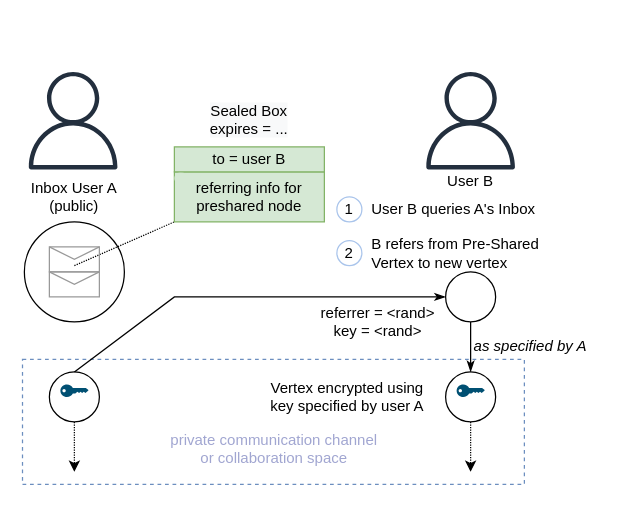
The draw.io diagram docs/Inbox.drawio in fsteff/certacrypt, before the edit. Source tidied: cells renumbered, new cells numbered last; positions are measured from the earlier drawing's top-left corner, leaving out a move shared by most shapes. Both pictures are drawn from the tidied source at 125%, with x=0, y=0 at pixel (21, 71).
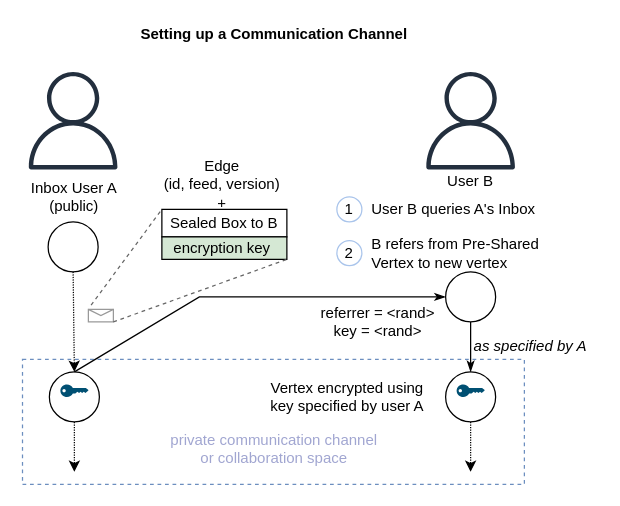
The same page after the edit.

Unchanged cells that the change refers to:
```xml
<mxCell id="8" style="ellipse;whiteSpace=wrap;html=1;" parent="1" vertex="1">
  <mxGeometry x="22" y="240" width="40" height="40" as="geometry" />
</mxCell>
<mxCell id="23" style="ellipse;whiteSpace=wrap;html=1;align=left;" parent="1" vertex="1">
  <mxGeometry x="339" y="160" width="40" height="40" as="geometry" />
</mxCell>
```

Change to the diagram source:
```diff
@@
+    <mxCell id="31" value="Sealed Box to B" style="rounded=0;whiteSpace=wrap;html=1;" parent="1" vertex="1">
+      <mxGeometry x="112" y="110" width="100" height="22" as="geometry" />
+    </mxCell>
@@
     <mxCell id="4" style="ellipse;whiteSpace=wrap;html=1;" parent="1" vertex="1">
-      <mxGeometry x="2" y="120" width="80" height="80" as="geometry" />
+      <mxGeometry x="21" y="120" width="40" height="40" as="geometry" />
     </mxCell>
@@
-    <mxCell id="6" style="endArrow=none;html=1;exitX=0.5;exitY=0.5;exitDx=0;exitDy=0;exitPerimeter=0;dashed=1;dashPattern=1 1;" parent="1" edge="1">
-      <mxGeometry relative="1" as="geometry">
-        <mxPoint x="42" y="155" as="sourcePoint" />
-        <mxPoint x="122" y="120" as="targetPoint" />
-      </mxGeometry>
-    </mxCell>
@@
-    <mxCell id="13" style="verticalLabelPosition=bottom;shadow=0;dashed=0;align=center;html=1;verticalAlign=top;strokeWidth=1;shape=mxgraph.mockup.misc.mail2;strokeColor=#999999;fillColor=none;" parent="1" vertex="1">
-      <mxGeometry x="22" y="140" width="40" height="20" as="geometry" />
-    </mxCell>
-    <mxCell id="14" style="verticalLabelPosition=bottom;shadow=0;dashed=0;align=center;html=1;verticalAlign=top;strokeWidth=1;shape=mxgraph.mockup.misc.mail2;strokeColor=#999999;fillColor=none;" parent="1" vertex="1">
-      <mxGeometry x="22" y="160" width="40" height="20" as="geometry" />
-    </mxCell>
-    <mxCell id="15" value="referring info for&lt;br&gt;preshared node" style="rounded=0;whiteSpace=wrap;html=1;fillColor=#d5e8d4;strokeColor=#82b366;" parent="1" vertex="1">
-      <mxGeometry x="122" y="80" width="120" height="40" as="geometry" />
-    </mxCell>
-    <mxCell id="16" style="verticalLabelPosition=bottom;html=1;verticalAlign=top;align=center;shape=mxgraph.cisco19.key;fillColor=#d5e8d4;strokeColor=#82b366;" parent="1" vertex="1">
-      <mxGeometry x="122" y="80" width="22.5" height="10.1" as="geometry" />
-    </mxCell>
     <mxCell id="17" style="rounded=0;jettySize=auto;html=1;entryX=0;entryY=0.5;entryDx=0;entryDy=0;startArrow=none;startFill=0;endArrow=classicThin;endFill=1;strokeColor=#000000;exitX=0.5;exitY=0;exitDx=0;exitDy=0;" parent="1" edge="1" source="8" target="23">
       <mxGeometry relative="1" as="geometry">
         <Array as="points">
-          <mxPoint x="122" y="180" />
+          <mxPoint x="142" y="180" />
         </Array>
       </mxGeometry>
     </mxCell>
@@
-    <mxCell id="20" value="to = user B" style="rounded=0;whiteSpace=wrap;html=1;fillColor=#d5e8d4;strokeColor=#82b366;" parent="1" vertex="1">
-      <mxGeometry x="122" y="60" width="120" height="20" as="geometry" />
-    </mxCell>
-    <mxCell id="21" value="&lt;span style=&quot;color: rgb(0, 0, 0); font-family: helvetica; font-size: 12px; font-style: normal; font-weight: 400; letter-spacing: normal; text-indent: 0px; text-transform: none; word-spacing: 0px; background-color: rgb(248, 249, 250);&quot;&gt;Sealed Box&lt;/span&gt;&lt;span style=&quot;color: rgb(0, 0, 0); font-family: helvetica; font-size: 12px; font-style: normal; font-weight: 400; letter-spacing: normal; text-indent: 0px; text-transform: none; word-spacing: 0px; background-color: rgb(248, 249, 250);&quot;&gt;&lt;br&gt;expires = ...&lt;/span&gt;" style="text;whiteSpace=wrap;html=1;align=center;" parent="1" vertex="1">
-      <mxGeometry x="137" y="18" width="90" height="40" as="geometry" />
-    </mxCell>
@@
+    <mxCell id="32" style="endArrow=classic;html=1;dashed=1;dashPattern=1 1;exitX=0.5;exitY=1;exitDx=0;exitDy=0;" parent="1" edge="1" source="4">
+      <mxGeometry relative="1" as="geometry">
+        <mxPoint x="42" y="240" as="targetPoint" />
+      </mxGeometry>
+    </mxCell>
+    <mxCell id="33" value="encryption key&amp;nbsp;" style="rounded=0;whiteSpace=wrap;html=1;fillColor=#d5e8d4;" parent="1" vertex="1">
+      <mxGeometry x="112" y="132" width="100" height="18" as="geometry" />
+    </mxCell>
+    <mxCell id="34" value="&lt;div style=&quot;text-align: center&quot;&gt;&lt;span&gt;Edge&lt;/span&gt;&lt;/div&gt;&lt;div style=&quot;text-align: center&quot;&gt;&lt;span&gt;(id, feed, version)&lt;/span&gt;&lt;/div&gt;&lt;div style=&quot;text-align: center&quot;&gt;&lt;span&gt;+&lt;/span&gt;&lt;/div&gt;" style="text;html=1;strokeColor=none;fillColor=none;align=left;verticalAlign=middle;whiteSpace=wrap;rounded=0;" parent="1" vertex="1">
+      <mxGeometry x="112" y="70" width="100" height="40" as="geometry" />
+    </mxCell>
+    <mxCell id="35" style="endArrow=none;dashed=1;html=1;strokeWidth=1;entryX=0;entryY=0;entryDx=0;entryDy=0;fillColor=#f5f5f5;strokeColor=#666666;exitX=0.109;exitY=-0.338;exitDx=0;exitDy=0;exitPerimeter=0;" parent="1" edge="1" source="36" target="31">
+      <mxGeometry relative="1" as="geometry" />
+    </mxCell>
+    <mxCell id="36" style="verticalLabelPosition=bottom;shadow=0;dashed=0;align=center;html=1;verticalAlign=top;strokeWidth=1;shape=mxgraph.mockup.misc.mail2;strokeColor=#999999;" parent="1" vertex="1">
+      <mxGeometry x="53.2" y="190" width="20" height="10" as="geometry" />
+    </mxCell>
+    <mxCell id="37" style="endArrow=none;dashed=1;html=1;strokeWidth=1;entryX=1;entryY=1;entryDx=0;entryDy=0;fillColor=#f5f5f5;strokeColor=#666666;exitX=1;exitY=1;exitDx=0;exitDy=0;exitPerimeter=0;" parent="1" edge="1" source="36" target="33">
+      <mxGeometry relative="1" as="geometry" />
+    </mxCell>
+    <mxCell id="38" value="&lt;b&gt;Setting up a Communication Channel&lt;/b&gt;" style="text;html=1;strokeColor=none;fillColor=none;align=center;verticalAlign=middle;whiteSpace=wrap;rounded=0;" parent="1" vertex="1">
+      <mxGeometry x="0.5" y="-40" width="401.5" height="20" as="geometry" />
+    </mxCell>
```
